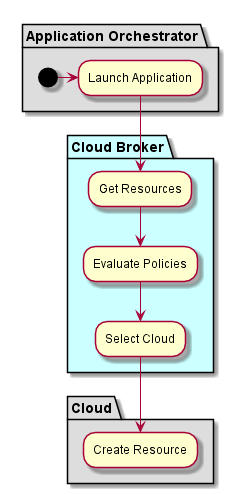
This is docs/Solution/Cloud-Broker/Process.png from CAADE/C3, a PlantUML export, as it was before one commit.
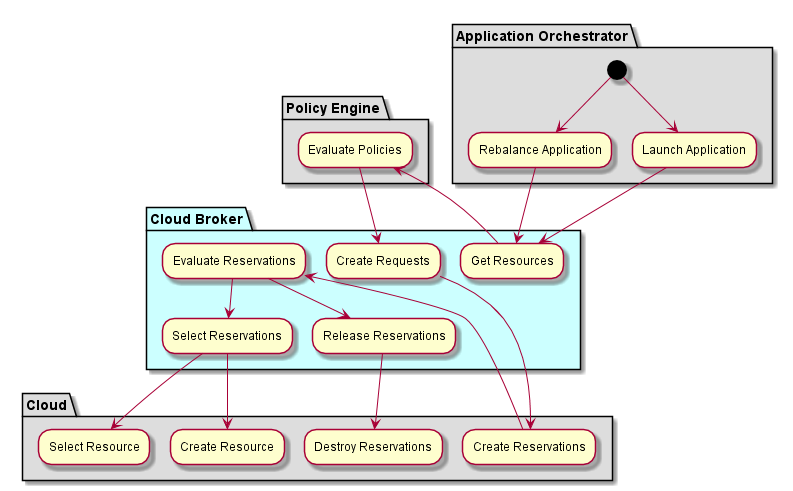
Above is the later version.

The edit, as a diff of the source:
```diff
@@ -1,17 +1,36 @@
 @startuml
 
 partition "Application Orchestrator"  #dddddd {
-  (*) -> "Launch Application"
+  (*) --> "Launch Application"
+  (*) --> "Rebalance Application"
 }
 
 partition "Cloud Broker" #ccffff {
   "Launch Application" --> "Get Resources"
-  "Get Resources" --> "Evaluate Policies"
-  "Evaluate Policies" --> "Select Cloud"
+  "Rebalance Application" --> "Get Resources"
 }
 
-partition "Cloud"  #dddddd {
-  "Select Cloud" --> "Create Resource"
+partition "Policy Engine" #dddddd {
+
+  "Get Resources" -> "Evaluate Policies"
+}
+
+partition "Cloud Broker" {
+  "Evaluate Policies" --> "Create Requests"
+}
+
+partition "Cloud" #dddddd {
+  "Create Requests" --> "Create Reservations"
+}
+partition "Cloud Broker" {
+  "Create Reservations" --> "Evaluate Reservations"
+  "Evaluate Reservations" --> "Select Reservations"
+  "Evaluate Reservations" --> "Release Reservations"
+}
+partition "Cloud" #dddddd {
+  "Select Reservations" --> "Select Resource"
+  "Select Reservations" --> "Create Resource"
+  "Release Reservations" --> "Destroy Reservations"
 }
 
 @enduml
```
